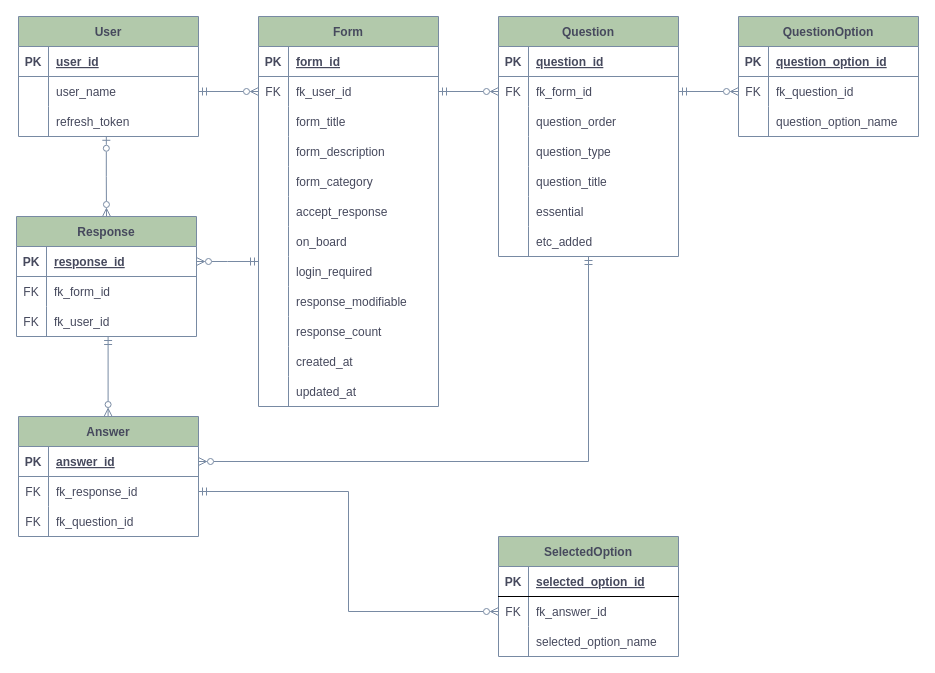
Before: server/docs/erd.drawio in beepbipbp/BosstForm_Migration_MySQL, a draw.io diagram. Source tidied: cells renumbered, new cells numbered last; positions are measured from the earlier drawing's top-left corner, leaving out a move shared by most shapes. Both pictures are drawn from the tidied source at 100%, with x=0, y=0 at pixel (16, 16).
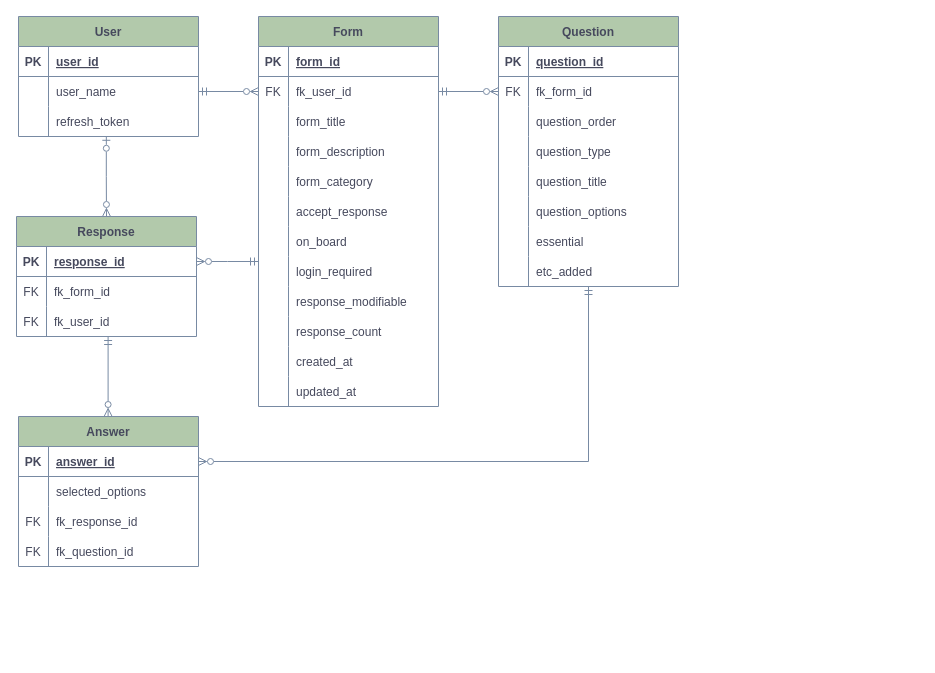
After the change.

Unchanged cells that the change refers to:
```xml
<mxCell id="53" style="shape=tableRow;horizontal=0;startSize=0;swimlaneHead=0;swimlaneBody=0;fillColor=none;points=[[0,0.5],[1,0.5]];portConstraint=eastwest;top=0;left=0;right=0;bottom=0;strokeColor=#788AA3;fontColor=#46495D;labelBackgroundColor=none;" parent="49" vertex="1">
  <mxGeometry y="60" width="180" height="30" as="geometry" />
</mxCell>
```

Change to the diagram source:
```diff
@@
     <mxCell id="49" value="Question" style="shape=table;startSize=30;childLayout=tableLayout;rowLines=0;fontStyle=1;align=center;strokeColor=#788AA3;fontColor=#46495D;fillColor=#B2C9AB;labelBackgroundColor=none;" parent="1" vertex="1">
-      <mxGeometry x="482" width="180" height="240" as="geometry" />
+      <mxGeometry x="482" width="180" height="270" as="geometry" />
     </mxCell>
@@
+    <mxCell id="119" style="shape=tableRow;horizontal=0;startSize=0;swimlaneHead=0;swimlaneBody=0;fillColor=none;top=0;left=0;right=0;bottom=0;" parent="49" vertex="1">
+      <mxGeometry y="180" width="180" height="30" as="geometry" />
+    </mxCell>
+    <mxCell id="120" style="shape=partialRectangle;fillColor=none;top=0;left=0;bottom=0;right=0;fontStyle=0;overflow=hidden;" parent="119" vertex="1">
+      <mxGeometry width="30" height="30" as="geometry" />
+    </mxCell>
+    <mxCell id="121" value="question_options" style="shape=partialRectangle;fillColor=none;top=0;left=0;bottom=0;right=0;align=left;spacingLeft=6;fontStyle=0;overflow=hidden;fontColor=#46495d;" parent="119" vertex="1">
+      <mxGeometry x="30" width="150" height="30" as="geometry" />
+    </mxCell>
     <mxCell id="65" style="shape=tableRow;horizontal=0;startSize=0;swimlaneHead=0;swimlaneBody=0;fillColor=none;top=0;left=0;right=0;bottom=0;strokeColor=#788AA3;fontColor=#46495D;labelBackgroundColor=none;" parent="49" vertex="1">
-      <mxGeometry y="180" width="180" height="30" as="geometry" />
+      <mxGeometry y="210" width="180" height="30" as="geometry" />
     </mxCell>
@@
     <mxCell id="68" style="shape=tableRow;horizontal=0;startSize=0;swimlaneHead=0;swimlaneBody=0;fillColor=none;points=[[0,0.5],[1,0.5]];portConstraint=eastwest;top=0;left=0;right=0;bottom=0;strokeColor=#788AA3;fontColor=#46495D;labelBackgroundColor=none;" parent="49" vertex="1">
-      <mxGeometry y="210" width="180" height="30" as="geometry" />
+      <mxGeometry y="240" width="180" height="30" as="geometry" />
     </mxCell>
@@
-    <mxCell id="71" value="QuestionOption" style="shape=table;startSize=30;childLayout=tableLayout;rowLines=0;fontStyle=1;align=center;strokeColor=#788AA3;fontColor=#46495D;fillColor=#B2C9AB;labelBackgroundColor=none;" parent="1" vertex="1">
-      <mxGeometry x="722" width="180" height="120" as="geometry" />
-    </mxCell>
-    <mxCell id="72" style="shape=tableRow;horizontal=0;startSize=0;swimlaneHead=0;swimlaneBody=0;fillColor=none;top=0;left=0;right=0;bottom=1;labelBackgroundColor=none;strokeColor=#788AA3;fontColor=#46495D;" parent="71" vertex="1">
-      <mxGeometry y="30" width="180" height="30" as="geometry" />
-    </mxCell>
-    <mxCell id="73" value="PK" style="shape=partialRectangle;fillColor=none;top=0;left=0;bottom=0;right=0;fontStyle=1;overflow=hidden;fontColor=#46495D;labelBackgroundColor=none;strokeColor=#788AA3;" parent="72" vertex="1">
-      <mxGeometry width="30" height="30" as="geometry" />
-    </mxCell>
-    <mxCell id="74" value="question_option_id" style="shape=partialRectangle;fillColor=none;top=0;left=0;bottom=0;right=0;align=left;spacingLeft=6;fontStyle=5;overflow=hidden;fontColor=#46495D;labelBackgroundColor=none;strokeColor=#788AA3;" parent="72" vertex="1">
-      <mxGeometry x="30" width="150" height="30" as="geometry" />
-    </mxCell>
-    <mxCell id="75" style="shape=tableRow;horizontal=0;startSize=0;swimlaneHead=0;swimlaneBody=0;fillColor=none;points=[[0,0.5],[1,0.5]];portConstraint=eastwest;top=0;left=0;right=0;bottom=0;strokeColor=#788AA3;fontColor=#46495D;labelBackgroundColor=none;" parent="71" vertex="1">
-      <mxGeometry y="60" width="180" height="30" as="geometry" />
-    </mxCell>
-    <mxCell id="76" value="FK" style="shape=partialRectangle;fillColor=none;top=0;left=0;bottom=0;right=0;overflow=hidden;strokeColor=#788AA3;fontColor=#46495D;labelBackgroundColor=none;" parent="75" vertex="1">
-      <mxGeometry width="30" height="30" as="geometry" />
-    </mxCell>
-    <mxCell id="77" value="fk_question_id" style="shape=partialRectangle;fillColor=none;top=0;left=0;bottom=0;right=0;align=left;spacingLeft=6;overflow=hidden;strokeColor=#788AA3;fontColor=#46495D;labelBackgroundColor=none;" parent="75" vertex="1">
-      <mxGeometry x="30" width="150" height="30" as="geometry" />
-    </mxCell>
-    <mxCell id="78" style="shape=tableRow;horizontal=0;startSize=0;swimlaneHead=0;swimlaneBody=0;fillColor=none;top=0;left=0;right=0;bottom=0;strokeColor=#788AA3;fontColor=#46495D;labelBackgroundColor=none;" parent="71" vertex="1">
-      <mxGeometry y="90" width="180" height="30" as="geometry" />
-    </mxCell>
-    <mxCell id="79" style="shape=partialRectangle;fillColor=none;top=0;left=0;bottom=0;right=0;overflow=hidden;strokeColor=#788AA3;fontColor=#46495D;labelBackgroundColor=none;" parent="78" vertex="1">
-      <mxGeometry width="30" height="30" as="geometry" />
-    </mxCell>
-    <mxCell id="80" value="question_option_name" style="shape=partialRectangle;fillColor=none;top=0;left=0;bottom=0;right=0;align=left;spacingLeft=6;overflow=hidden;strokeColor=#788AA3;fontColor=#46495D;labelBackgroundColor=none;" parent="78" vertex="1">
-      <mxGeometry x="30" width="150" height="30" as="geometry" />
-    </mxCell>
@@
     <mxCell id="91" value="Answer" style="shape=table;startSize=30;childLayout=tableLayout;rowLines=0;fontStyle=1;align=center;strokeColor=#788AA3;fontColor=#46495D;fillColor=#B2C9AB;labelBackgroundColor=none;" parent="1" vertex="1">
-      <mxGeometry x="2" y="400" width="180" height="120" as="geometry" />
+      <mxGeometry x="2" y="400" width="180" height="150" as="geometry" />
     </mxCell>
@@
+    <mxCell id="122" style="shape=tableRow;horizontal=0;startSize=0;swimlaneHead=0;swimlaneBody=0;fillColor=none;top=0;left=0;right=0;bottom=0;fontColor=#46495d;" parent="91" vertex="1">
+      <mxGeometry y="60" width="180" height="30" as="geometry" />
+    </mxCell>
+    <mxCell id="123" style="shape=partialRectangle;fillColor=none;top=0;left=0;bottom=0;right=0;fontStyle=0;overflow=hidden;fontColor=#46495d;" parent="122" vertex="1">
+      <mxGeometry width="30" height="30" as="geometry" />
+    </mxCell>
+    <mxCell id="124" value="selected_options" style="shape=partialRectangle;fillColor=none;top=0;left=0;bottom=0;right=0;align=left;spacingLeft=6;fontStyle=0;overflow=hidden;fontColor=#46495d;" parent="122" vertex="1">
+      <mxGeometry x="30" width="150" height="30" as="geometry" />
+    </mxCell>
     <mxCell id="95" style="shape=tableRow;horizontal=0;startSize=0;swimlaneHead=0;swimlaneBody=0;fillColor=none;points=[[0,0.5],[1,0.5]];portConstraint=eastwest;top=0;left=0;right=0;bottom=0;strokeColor=#788AA3;fontColor=#46495D;labelBackgroundColor=none;" parent="91" vertex="1">
-      <mxGeometry y="60" width="180" height="30" as="geometry" />
+      <mxGeometry y="90" width="180" height="30" as="geometry" />
     </mxCell>
@@
     <mxCell id="98" style="shape=tableRow;horizontal=0;startSize=0;swimlaneHead=0;swimlaneBody=0;fillColor=none;top=0;left=0;right=0;bottom=0;strokeColor=#788AA3;fontColor=#46495D;labelBackgroundColor=none;" parent="91" vertex="1">
-      <mxGeometry y="90" width="180" height="30" as="geometry" />
+      <mxGeometry y="120" width="180" height="30" as="geometry" />
     </mxCell>
@@
-    <mxCell id="101" value="SelectedOption" style="shape=table;startSize=30;childLayout=tableLayout;rowLines=0;fontStyle=1;align=center;strokeColor=#788AA3;fontColor=#46495D;fillColor=#B2C9AB;labelBackgroundColor=none;" parent="1" vertex="1">
-      <mxGeometry x="482" y="520" width="180" height="120" as="geometry" />
-    </mxCell>
-    <mxCell id="102" style="shape=tableRow;horizontal=0;startSize=0;swimlaneHead=0;swimlaneBody=0;fillColor=none;top=0;left=0;right=0;bottom=1;" parent="101" vertex="1">
-      <mxGeometry y="30" width="180" height="30" as="geometry" />
-    </mxCell>
-    <mxCell id="103" value="PK" style="shape=partialRectangle;fillColor=none;top=0;left=0;bottom=0;right=0;fontStyle=1;overflow=hidden;fontColor=#46495d;" parent="102" vertex="1">
-      <mxGeometry width="30" height="30" as="geometry" />
-    </mxCell>
-    <mxCell id="104" value="selected_option_id" style="shape=partialRectangle;fillColor=none;top=0;left=0;bottom=0;right=0;align=left;spacingLeft=6;fontStyle=5;overflow=hidden;fontColor=#46495d;" parent="102" vertex="1">
-      <mxGeometry x="30" width="150" height="30" as="geometry" />
-    </mxCell>
-    <mxCell id="105" style="shape=tableRow;horizontal=0;startSize=0;swimlaneHead=0;swimlaneBody=0;fillColor=none;points=[[0,0.5],[1,0.5]];portConstraint=eastwest;top=0;left=0;right=0;bottom=0;strokeColor=#788AA3;fontColor=#46495D;labelBackgroundColor=none;" parent="101" vertex="1">
-      <mxGeometry y="60" width="180" height="30" as="geometry" />
-    </mxCell>
-    <mxCell id="106" value="FK" style="shape=partialRectangle;fillColor=none;top=0;left=0;bottom=0;right=0;overflow=hidden;strokeColor=#788AA3;fontColor=#46495D;labelBackgroundColor=none;" parent="105" vertex="1">
-      <mxGeometry width="30" height="30" as="geometry" />
-    </mxCell>
-    <mxCell id="107" value="fk_answer_id" style="shape=partialRectangle;fillColor=none;top=0;left=0;bottom=0;right=0;align=left;spacingLeft=6;overflow=hidden;strokeColor=#788AA3;fontColor=#46495D;labelBackgroundColor=none;" parent="105" vertex="1">
-      <mxGeometry x="30" width="150" height="30" as="geometry" />
-    </mxCell>
-    <mxCell id="108" style="shape=tableRow;horizontal=0;startSize=0;swimlaneHead=0;swimlaneBody=0;fillColor=none;top=0;left=0;right=0;bottom=0;strokeColor=#788AA3;fontColor=#46495D;labelBackgroundColor=none;" parent="101" vertex="1">
-      <mxGeometry y="90" width="180" height="30" as="geometry" />
-    </mxCell>
-    <mxCell id="109" style="shape=partialRectangle;fillColor=none;top=0;left=0;bottom=0;right=0;overflow=hidden;strokeColor=#788AA3;fontColor=#46495D;labelBackgroundColor=none;" parent="108" vertex="1">
-      <mxGeometry width="30" height="30" as="geometry" />
-    </mxCell>
-    <mxCell id="110" value="selected_option_name" style="shape=partialRectangle;fillColor=none;top=0;left=0;bottom=0;right=0;align=left;spacingLeft=6;overflow=hidden;strokeColor=#788AA3;fontColor=#46495D;labelBackgroundColor=none;" parent="108" vertex="1">
-      <mxGeometry x="30" width="150" height="30" as="geometry" />
-    </mxCell>
@@
-    <mxCell id="117" style="edgeStyle=orthogonalEdgeStyle;rounded=0;jettySize=auto;html=1;exitX=0;exitY=0.5;exitDx=0;exitDy=0;entryX=1;entryY=0.5;entryDx=0;entryDy=0;strokeColor=#788AA3;fontColor=default;startArrow=ERzeroToMany;startFill=0;endArrow=ERmandOne;endFill=0;fillColor=#B2C9AB;labelBackgroundColor=none;" parent="1" edge="1" source="105" target="95">
-      <mxGeometry relative="1" as="geometry" />
-    </mxCell>
-    <mxCell id="118" style="edgeStyle=elbowEdgeStyle;rounded=0;jettySize=auto;elbow=vertical;html=1;exitX=0;exitY=0.5;exitDx=0;exitDy=0;entryX=1;entryY=0.5;entryDx=0;entryDy=0;strokeColor=#788AA3;fontColor=#46495D;startArrow=ERzeroToMany;startFill=0;endArrow=ERmandOne;endFill=0;fillColor=#B2C9AB;" parent="1" edge="1" source="75" target="53">
-      <mxGeometry relative="1" as="geometry" />
-    </mxCell>
```
